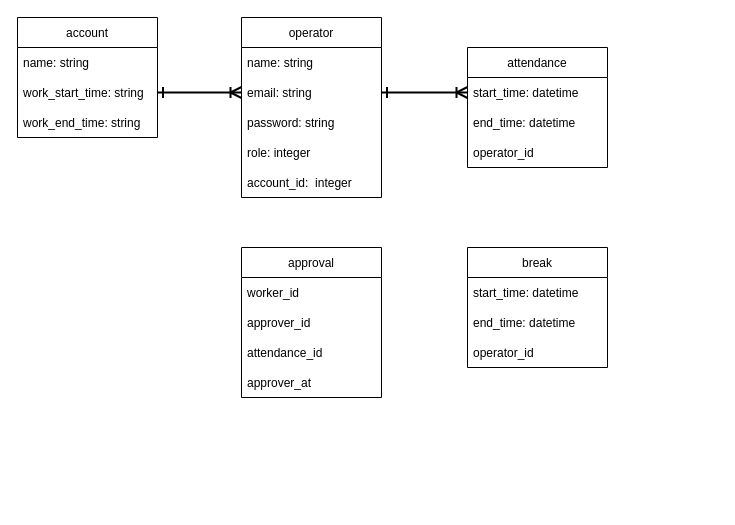
Above: specification/er_design.dio in yuyakawai0411/attendance (draw.io), before the change. Source tidied: cells renumbered, new cells numbered last; positions are measured from the earlier drawing's top-left corner, leaving out a move shared by most shapes. Both pictures are drawn from the tidied source at 100%, with x=0, y=0 at pixel (17, 17).
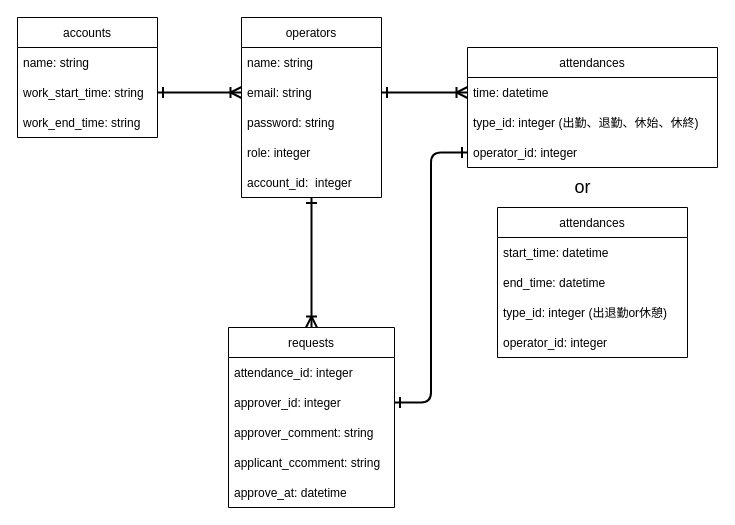
Above is the later version.

Commit message (it also covers changes not shown here):
er図を書いた

The edit, as a diff of the source:
```diff
@@
-    <mxCell id="2" value="account" style="swimlane;fontStyle=0;horizontal=1;startSize=30;" parent="1" vertex="1">
+    <mxCell id="2" value="accounts" style="swimlane;fontStyle=0;horizontal=1;startSize=30;" parent="1" vertex="1">
       <mxGeometry width="140" height="120" as="geometry" />
     </mxCell>
@@
+    <mxCell id="27" style="edgeStyle=orthogonalEdgeStyle;html=1;entryX=0.5;entryY=0;entryDx=0;entryDy=0;startArrow=ERone;startFill=0;endArrow=ERoneToMany;endFill=0;startSize=8;endSize=8;strokeWidth=2;" parent="1" edge="1" source="6" target="18">
+      <mxGeometry relative="1" as="geometry" />
+    </mxCell>
-    <mxCell id="6" value="operator" style="swimlane;fontStyle=0;horizontal=1;startSize=30;" parent="1" vertex="1">
+    <mxCell id="6" value="operators" style="swimlane;fontStyle=0;horizontal=1;startSize=30;" parent="1" vertex="1">
       <mxGeometry x="224" width="140" height="180" as="geometry" />
     </mxCell>
@@
-    <mxCell id="12" value="attendance" style="swimlane;fontStyle=0;horizontal=1;startSize=30;" parent="1" vertex="1">
-      <mxGeometry x="450" y="30" width="140" height="120" as="geometry" />
+    <mxCell id="12" value="attendances" style="swimlane;fontStyle=0;horizontal=1;startSize=30;" parent="1" vertex="1">
+      <mxGeometry x="450" y="30" width="250" height="120" as="geometry" />
     </mxCell>
-    <mxCell id="13" value="start_time: datetime" style="text;strokeColor=none;fillColor=none;align=left;verticalAlign=middle;spacingLeft=4;spacingRight=4;overflow=hidden;points=[[0,0.5],[1,0.5]];portConstraint=eastwest;" parent="12" vertex="1">
-      <mxGeometry y="30" width="140" height="30" as="geometry" />
+    <mxCell id="13" value="time: datetime" style="text;strokeColor=none;fillColor=none;align=left;verticalAlign=middle;spacingLeft=4;spacingRight=4;overflow=hidden;points=[[0,0.5],[1,0.5]];portConstraint=eastwest;" parent="12" vertex="1">
+      <mxGeometry y="30" width="250" height="30" as="geometry" />
     </mxCell>
-    <mxCell id="14" value="end_time: datetime" style="text;strokeColor=none;fillColor=none;align=left;verticalAlign=middle;spacingLeft=4;spacingRight=4;overflow=hidden;" parent="12" vertex="1">
-      <mxGeometry y="60" width="140" height="30" as="geometry" />
-    </mxCell>
-    <mxCell id="15" value="operator_id" style="text;strokeColor=none;fillColor=none;align=left;verticalAlign=middle;spacingLeft=4;spacingRight=4;overflow=hidden;" parent="12" vertex="1">
-      <mxGeometry y="90" width="140" height="30" as="geometry" />
-    </mxCell>
+    <mxCell id="28" value="type_id: integer (出勤、退勤、休始、休終)" style="text;strokeColor=none;fillColor=none;align=left;verticalAlign=middle;spacingLeft=4;spacingRight=4;overflow=hidden;" parent="12" vertex="1">
+      <mxGeometry y="60" width="250" height="30" as="geometry" />
+    </mxCell>
+    <mxCell id="29" value="operator_id: integer" style="text;strokeColor=none;fillColor=none;align=left;verticalAlign=middle;spacingLeft=4;spacingRight=4;overflow=hidden;points=[[0,0.5],[1,0.5]];portConstraint=eastwest;" parent="12" vertex="1">
+      <mxGeometry y="90" width="250" height="30" as="geometry" />
+    </mxCell>
@@
-    <mxCell id="18" value="approval" style="swimlane;fontStyle=0;horizontal=1;startSize=30;" parent="1" vertex="1">
-      <mxGeometry x="224" y="230" width="140" height="150" as="geometry" />
+    <mxCell id="18" value="requests" style="swimlane;fontStyle=0;horizontal=1;startSize=30;" parent="1" vertex="1">
+      <mxGeometry x="211" y="310" width="166" height="180" as="geometry" />
     </mxCell>
-    <mxCell id="19" value="worker_id" style="text;strokeColor=none;fillColor=none;align=left;verticalAlign=middle;spacingLeft=4;spacingRight=4;overflow=hidden;" parent="18" vertex="1">
-      <mxGeometry y="30" width="140" height="30" as="geometry" />
+    <mxCell id="19" value="attendance_id: integer" style="text;strokeColor=none;fillColor=none;align=left;verticalAlign=middle;spacingLeft=4;spacingRight=4;overflow=hidden;" parent="18" vertex="1">
+      <mxGeometry y="30" width="166" height="30" as="geometry" />
     </mxCell>
-    <mxCell id="20" value="approver_id" style="text;strokeColor=none;fillColor=none;align=left;verticalAlign=middle;spacingLeft=4;spacingRight=4;overflow=hidden;points=[[0,0.5],[1,0.5]];portConstraint=eastwest;" parent="18" vertex="1">
-      <mxGeometry y="60" width="140" height="30" as="geometry" />
+    <mxCell id="20" value="approver_id: integer" style="text;strokeColor=none;fillColor=none;align=left;verticalAlign=middle;spacingLeft=4;spacingRight=4;overflow=hidden;points=[[0,0.5],[1,0.5]];portConstraint=eastwest;" parent="18" vertex="1">
+      <mxGeometry y="60" width="166" height="30" as="geometry" />
     </mxCell>
-    <mxCell id="21" value="attendance_id" style="text;strokeColor=none;fillColor=none;align=left;verticalAlign=middle;spacingLeft=4;spacingRight=4;overflow=hidden;" parent="18" vertex="1">
-      <mxGeometry y="90" width="140" height="30" as="geometry" />
-    </mxCell>
-    <mxCell id="22" value="approver_at" style="text;strokeColor=none;fillColor=none;align=left;verticalAlign=middle;spacingLeft=4;spacingRight=4;overflow=hidden;" parent="18" vertex="1">
-      <mxGeometry y="120" width="140" height="30" as="geometry" />
+    <mxCell id="22" value="approver_comment: string" style="text;strokeColor=none;fillColor=none;align=left;verticalAlign=middle;spacingLeft=4;spacingRight=4;overflow=hidden;" parent="18" vertex="1">
+      <mxGeometry y="90" width="166" height="30" as="geometry" />
     </mxCell>
-    <mxCell id="23" value="break" style="swimlane;fontStyle=0;horizontal=1;startSize=30;" parent="1" vertex="1">
-      <mxGeometry x="450" y="230" width="140" height="120" as="geometry" />
-    </mxCell>
+    <mxCell id="30" value="applicant_ccomment: string" style="text;strokeColor=none;fillColor=none;align=left;verticalAlign=middle;spacingLeft=4;spacingRight=4;overflow=hidden;" parent="18" vertex="1">
+      <mxGeometry y="120" width="166" height="30" as="geometry" />
+    </mxCell>
+    <mxCell id="31" value="approve_at: datetime" style="text;strokeColor=none;fillColor=none;align=left;verticalAlign=middle;spacingLeft=4;spacingRight=4;overflow=hidden;" parent="18" vertex="1">
+      <mxGeometry y="150" width="166" height="30" as="geometry" />
+    </mxCell>
+    <mxCell id="32" style="edgeStyle=orthogonalEdgeStyle;html=1;entryX=1;entryY=0.5;entryDx=0;entryDy=0;endSize=8;startSize=8;endArrow=ERone;endFill=0;strokeColor=none;" parent="1" edge="1" source="29" target="20">
+      <mxGeometry relative="1" as="geometry" />
+    </mxCell>
+    <mxCell id="33" style="edgeStyle=orthogonalEdgeStyle;html=1;entryX=1;entryY=0.5;entryDx=0;entryDy=0;endArrow=ERone;endFill=0;startSize=8;endSize=8;strokeWidth=2;startArrow=ERone;startFill=0;" parent="1" edge="1" source="29" target="20">
+      <mxGeometry relative="1" as="geometry" />
+    </mxCell>
+    <mxCell id="34" value="attendances" style="swimlane;fontStyle=0;horizontal=1;startSize=30;" parent="1" vertex="1">
+      <mxGeometry x="480" y="190" width="190" height="150" as="geometry" />
+    </mxCell>
-    <mxCell id="24" value="start_time: datetime" style="text;strokeColor=none;fillColor=none;align=left;verticalAlign=middle;spacingLeft=4;spacingRight=4;overflow=hidden;" parent="23" vertex="1">
-      <mxGeometry y="30" width="140" height="30" as="geometry" />
+    <mxCell id="24" value="start_time: datetime" style="text;strokeColor=none;fillColor=none;align=left;verticalAlign=middle;spacingLeft=4;spacingRight=4;overflow=hidden;" parent="34" vertex="1">
+      <mxGeometry y="30" width="190" height="30" as="geometry" />
     </mxCell>
-    <mxCell id="25" value="end_time: datetime" style="text;strokeColor=none;fillColor=none;align=left;verticalAlign=middle;spacingLeft=4;spacingRight=4;overflow=hidden;" parent="23" vertex="1">
-      <mxGeometry y="60" width="140" height="30" as="geometry" />
-    </mxCell>
-    <mxCell id="26" value="operator_id" style="text;strokeColor=none;fillColor=none;align=left;verticalAlign=middle;spacingLeft=4;spacingRight=4;overflow=hidden;" parent="23" vertex="1">
-      <mxGeometry y="90" width="140" height="30" as="geometry" />
-    </mxCell>
+    <mxCell id="35" value="end_time: datetime" style="text;strokeColor=none;fillColor=none;align=left;verticalAlign=middle;spacingLeft=4;spacingRight=4;overflow=hidden;" parent="34" vertex="1">
+      <mxGeometry y="60" width="190" height="30" as="geometry" />
+    </mxCell>
+    <mxCell id="36" value="type_id: integer (出退勤or休憩)" style="text;strokeColor=none;fillColor=none;align=left;verticalAlign=middle;spacingLeft=4;spacingRight=4;overflow=hidden;" parent="34" vertex="1">
+      <mxGeometry y="90" width="190" height="30" as="geometry" />
+    </mxCell>
+    <mxCell id="37" value="operator_id: integer" style="text;strokeColor=none;fillColor=none;align=left;verticalAlign=middle;spacingLeft=4;spacingRight=4;overflow=hidden;" parent="34" vertex="1">
+      <mxGeometry y="120" width="190" height="30" as="geometry" />
+    </mxCell>
+    <mxCell id="38" value="&lt;font style=&quot;font-size: 18px&quot;&gt;or&lt;/font&gt;" style="text;html=1;align=center;verticalAlign=middle;strokeColor=none;fillColor=none;" parent="1" vertex="1">
+      <mxGeometry x="550" y="160" width="30" height="20" as="geometry" />
+    </mxCell>
```
